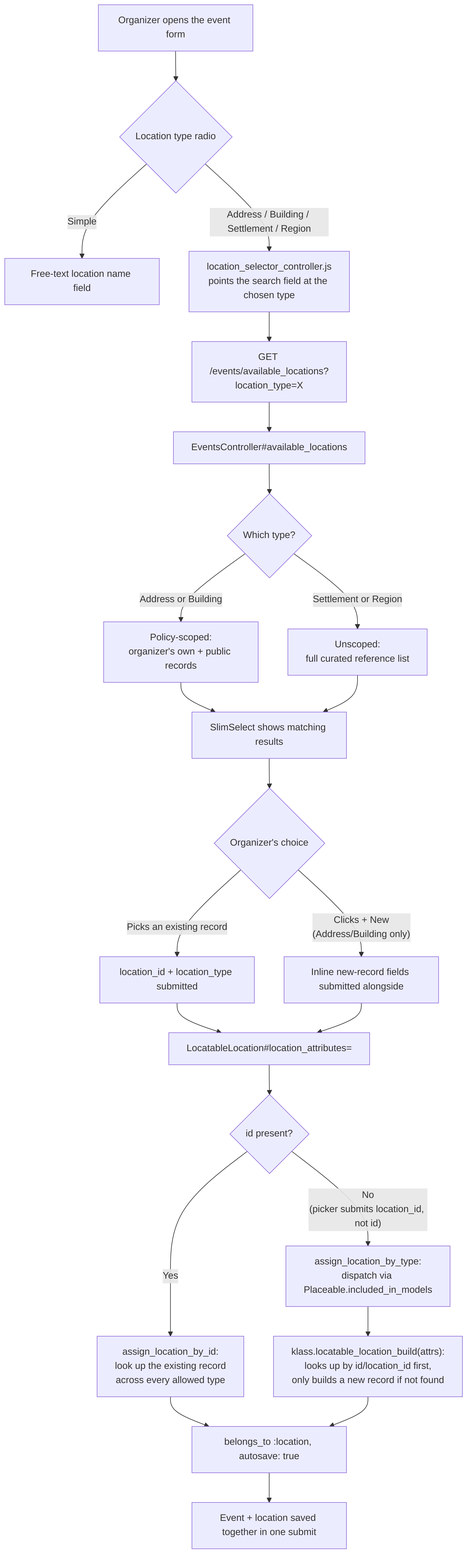
This is docs/diagrams/exports/png/event_location_assignment_flow.png from better-together-org/community-engine-rails, a Mermaid export, as it was before one commit. Its source is kept beside it as docs/diagrams/source/event_location_assignment_flow.mmd.
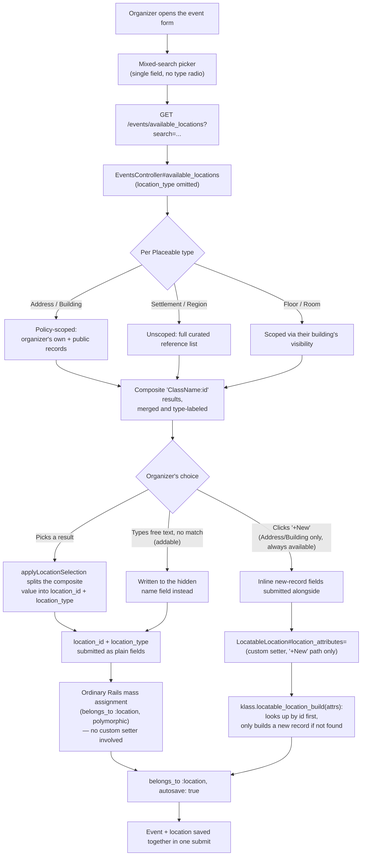
The same file after the commit.

The edit, as a diff of the source:
```diff
@@ -1,27 +1,27 @@
 flowchart TD
-  A[Organizer opens the event form] --> B{Location type radio}
-  B -->|Simple| C[Free-text location name field]
-  B -->|Address / Building / Settlement / Region| D["location_selector_controller.js\npoints the search field at the chosen type"]
+  A[Organizer opens the event form] --> B["Mixed-search picker\n(single field, no type radio)"]
+  B --> C["GET /events/available_locations?search=..."]
+  C --> D["EventsController#available_locations\n(location_type omitted)"]
+  D --> E{Per Placeable type}
+  E -->|Address / Building| F["Policy-scoped:\norganizer's own + public records"]
+  E -->|Settlement / Region| G[Unscoped: full curated reference list]
+  E -->|Floor / Room| H[Scoped via their building's visibility]
+  F --> I
+  G --> I
+  H --> I["Composite 'ClassName:id' results,\nmerged and type-labeled"]
 
-  D --> E["GET /events/available_locations?location_type=X"]
-  E --> F["EventsController#available_locations"]
-  F --> G{Which type?}
-  G -->|Address or Building| H["Policy-scoped:\norganizer's own + public records"]
-  G -->|Settlement or Region| I["Unscoped:\nfull curated reference list"]
-  H --> J[SlimSelect shows matching results]
-  I --> J
+  I --> J{Organizer's choice}
+  J -->|Picks a result| K["applyLocationSelection splits the composite\nvalue into location_id + location_type"]
+  J -->|"Types free text, no match\n(addable)"| L["Written to the hidden\nname field instead"]
+  J -->|"Clicks '+New'\n(Address/Building only, always available)"| M[Inline new-record fields submitted alongside]
 
-  J --> K{Organizer's choice}
-  K -->|Picks an existing record| L["location_id + location_type submitted"]
-  K -->|"Clicks + New\n(Address/Building only)"| M["Inline new-record fields submitted alongside"]
+  K --> N["location_id + location_type\nsubmitted as plain fields"]
+  L --> N
+  N --> O["Ordinary Rails mass assignment\n(belongs_to :location, polymorphic)\n— no custom setter involved"]
 
-  L --> N["LocatableLocation#location_attributes="]
-  M --> N
-  N --> O{"id" present?}
-  O -->|Yes| P["assign_location_by_id:\nlook up the existing record\nacross every allowed type"]
-  O -->|"No\n(picker submits location_id, not id)"| Q["assign_location_by_type:\ndispatch via Placeable.included_in_models"]
-  Q --> R["klass.locatable_location_build(attrs):\nlooks up by id/location_id first,\nonly builds a new record if not found"]
+  M --> P["LocatableLocation#location_attributes=\n(custom setter, '+New' path only)"]
+  P --> Q["klass.locatable_location_build(attrs):\nlooks up by id first,\nonly builds a new record if not found"]
 
-  P --> S["belongs_to :location, autosave: true"]
-  R --> S
-  S --> T[Event + location saved together in one submit]
+  O --> R["belongs_to :location, autosave: true"]
+  Q --> R
+  R --> S[Event + location saved together in one submit]
```
